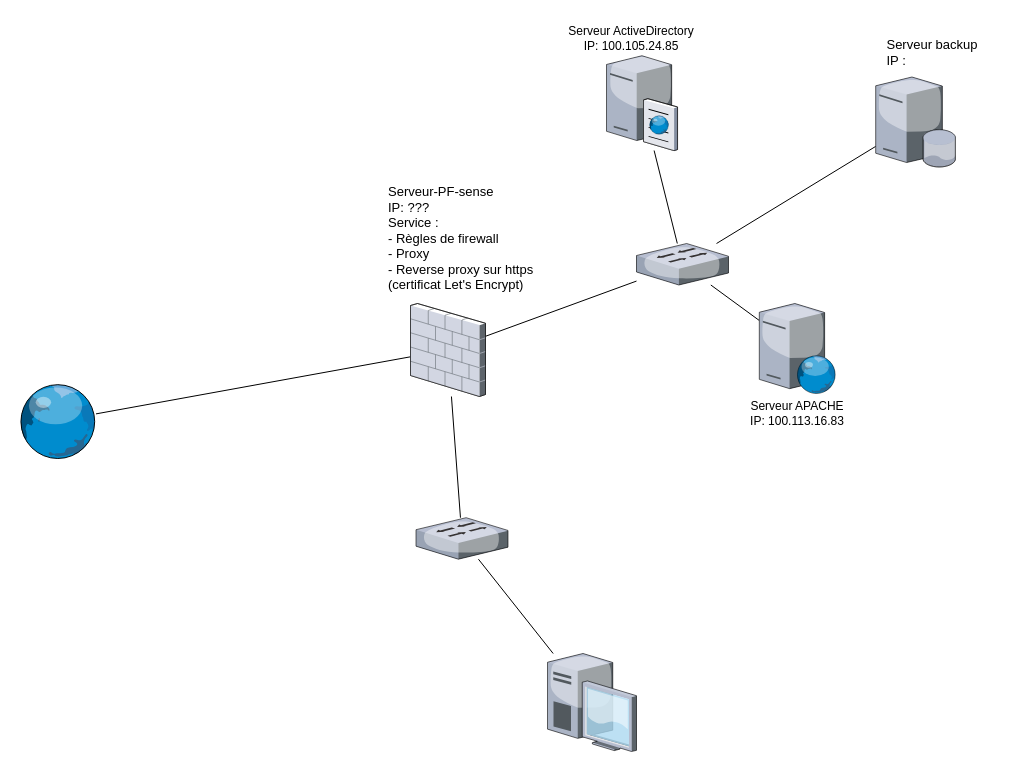
This is diagramme/Diagramme sans nom.drawio from MaximeCaparros/infraProjetIntranet, a draw.io file, before an edit. Source tidied: cells renumbered, new cells numbered last; positions are measured from the earlier drawing's top-left corner, leaving out a move shared by most shapes. Both pictures are drawn from the tidied source at 100%, with x=0, y=0 at pixel (17, 23).
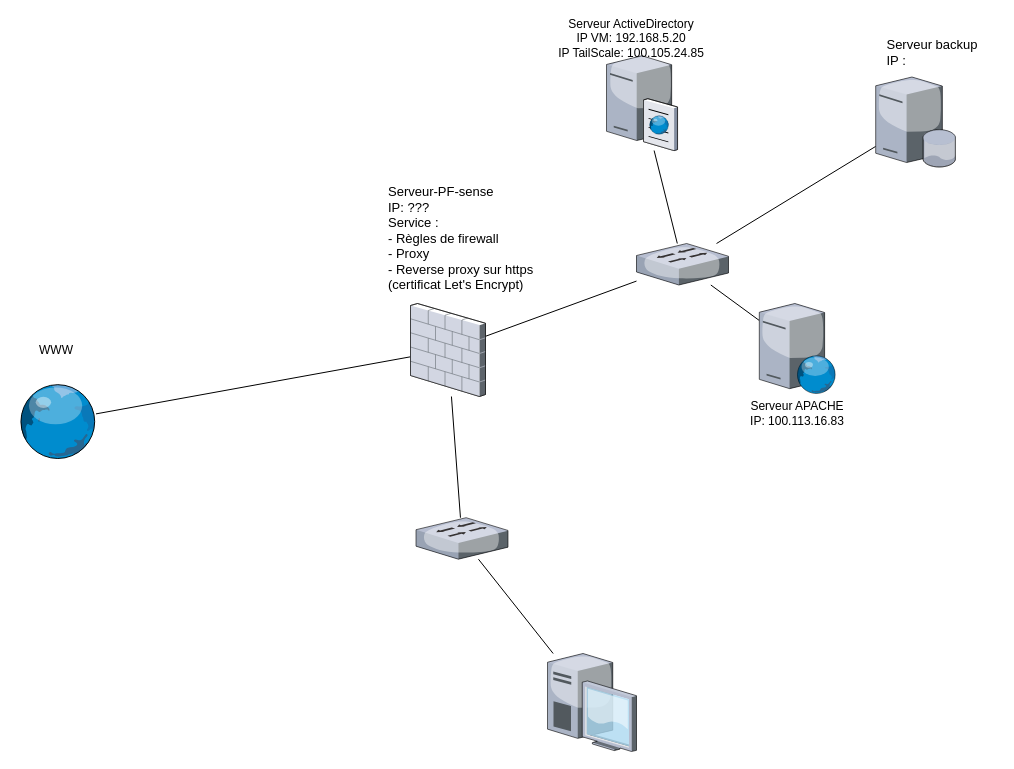
The same diagram, later.

Commit message:
Mise à jour IP

The edit, as a diff of the source:
```diff
@@
-    <mxCell id="14" value="Serveur ActiveDirectory&lt;br&gt;IP:&amp;nbsp;100.105.24.85" style="text;html=1;strokeColor=none;fillColor=none;align=center;verticalAlign=middle;whiteSpace=wrap;rounded=0;" parent="1" vertex="1">
+    <mxCell id="14" value="Serveur ActiveDirectory&lt;br&gt;IP VM: 192.168.5.20&lt;br&gt;IP TailScale:&amp;nbsp;100.105.24.85" style="text;html=1;strokeColor=none;fillColor=none;align=center;verticalAlign=middle;whiteSpace=wrap;rounded=0;" parent="1" vertex="1">
       <mxGeometry x="519" width="190" height="30" as="geometry" />
     </mxCell>
@@
+    <mxCell id="21" value="WWW" style="text;html=1;strokeColor=none;fillColor=none;align=center;verticalAlign=middle;whiteSpace=wrap;rounded=0;" parent="1" vertex="1">
+      <mxGeometry x="9.2" y="311.5" width="60" height="30" as="geometry" />
+    </mxCell>
```
